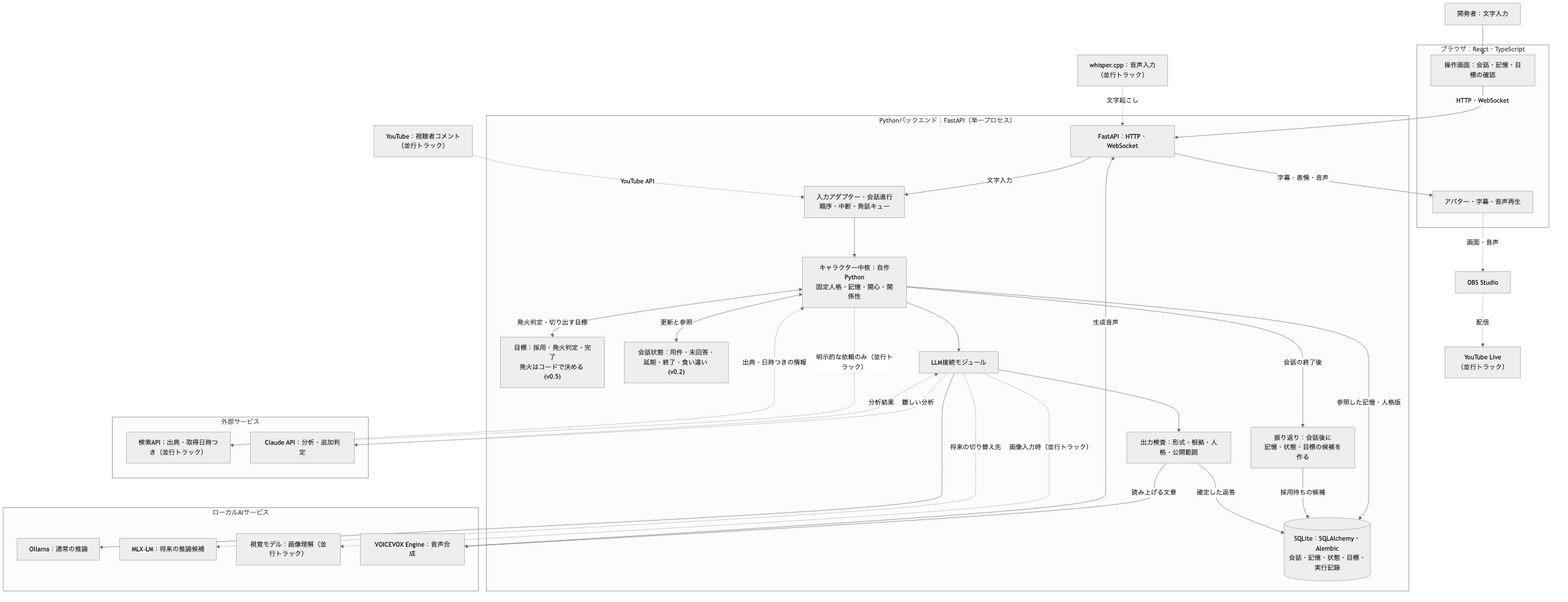
shiki-tak/YUI keeps this Mermaid diagram as images/architecture.png. Above is the earlier version. Its source is kept beside it as docs/design/architecture.mmd.
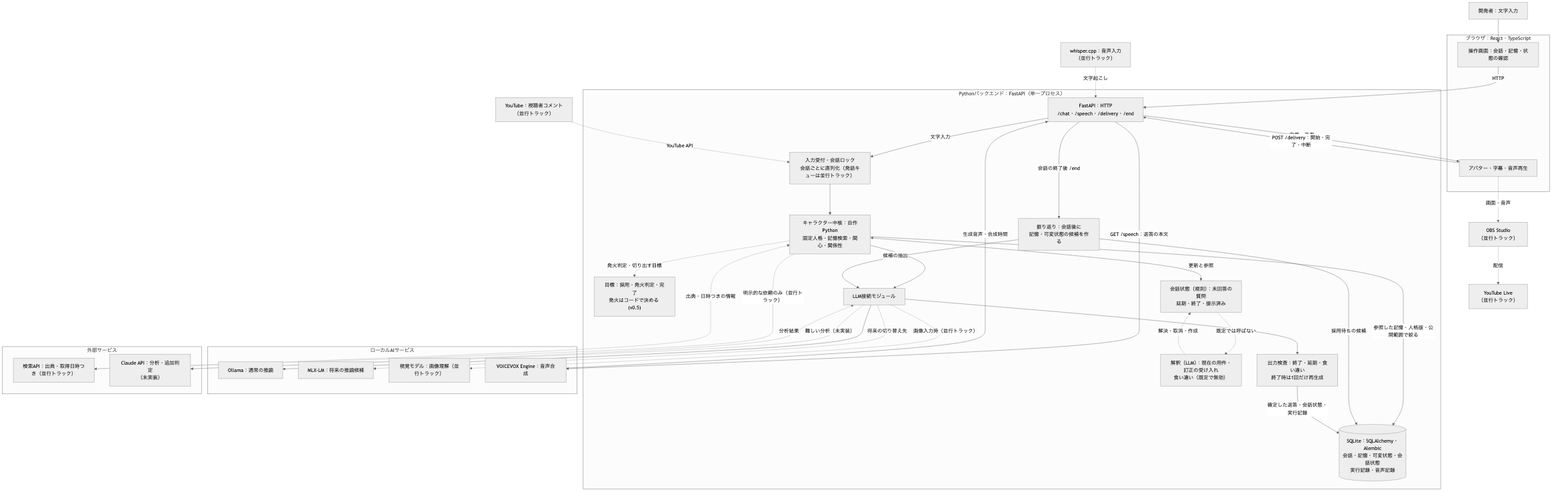
The same diagram one commit later.

Commit message:
architecture.mmdを現行実装に合わせ、issues.mdの古いフェーズ4依存課題を整理する

The edit, as a diff of the source:
```diff
@@ -6,7 +6,7 @@
     ME["開発者：文字入力"]
 
     subgraph BROWSER["ブラウザ：React・TypeScript"]
-        UI["操作画面：会話・記憶・目標の確認"]
+        UI["操作画面：会話・記憶・状態の確認"]
         AVATAR["アバター・字幕・音声再生"]
     end
 
@@ -14,15 +14,16 @@
     WHISPER["whisper.cpp：音声入力<br/>（並行トラック）"]
 
     subgraph BACKEND["Pythonバックエンド：FastAPI（単一プロセス）"]
-        API["FastAPI：HTTP・WebSocket"]
-        INPUT["入力アダプター・会話進行<br/>順序・中断・発話キュー"]
-        AGENT["キャラクター中核：自作Python<br/>固定人格・記憶・関心・関係性"]
+        API["FastAPI：HTTP<br/>/chat・/speech・/delivery・/end"]
+        INPUT["入力受付・会話ロック<br/>会話ごとに直列化（発話キューは並行トラック）"]
+        AGENT["キャラクター中核：自作Python<br/>固定人格・記憶検索・関心・関係性"]
         GOAL["目標：採用・発火判定・完了<br/>発火はコードで決める (v0.5)"]
-        CONV["会話状態：用件・未回答・延期・終了・食い違い (v0.2)"]
-        REFLECT["振り返り：会話後に<br/>記憶・状態・目標の候補を作る"]
+        CONV["会話状態（規則）：未回答の質問<br/>延期・終了・提示済み"]
+        INTERP["解釈（LLM）：現在の用件・訂正の受け入れ<br/>食い違い（既定で無効）"]
+        REFLECT["振り返り：会話後に<br/>記憶・可変状態の候補を作る"]
         LLMMOD["LLM接続モジュール"]
-        CHECK["出力検査：形式・根拠・人格・公開範囲"]
-        DB[("SQLite：SQLAlchemy・Alembic<br/>会話・記憶・状態・目標・実行記録")]
+        CHECK["出力検査：終了・延期・食い違い<br/>終了時は1回だけ再生成"]
+        DB[("SQLite：SQLAlchemy・Alembic<br/>会話・記憶・可変状態・会話状態<br/>実行記録・音声記録")]
     end
 
     subgraph LOCALAI["ローカルAIサービス"]
@@ -34,35 +35,39 @@
 
     subgraph EXTERNAL["外部サービス"]
         SEARCH["検索API：出典・取得日時つき（並行トラック）"]
-        CLAUDE["Claude API：分析・追加判定"]
+        CLAUDE["Claude API：分析・追加判定<br/>（未実装）"]
     end
 
-    OBS["OBS Studio"]
+    OBS["OBS Studio<br/>（並行トラック）"]
     YTLIVE["YouTube Live<br/>（並行トラック）"]
 
     ME --> UI
-    UI -- "HTTP・WebSocket" --> API
+    UI -- "HTTP" --> API
     API -- "文字入力" --> INPUT
     YTIN -. "YouTube API" .-> INPUT
     WHISPER -. "文字起こし" .-> API
     INPUT --> AGENT
-    AGENT <-- "発火判定・切り出す目標" --> GOAL
+    AGENT -. "発火判定・切り出す目標" .-> GOAL
     AGENT <-- "更新と参照" --> CONV
+    CONV -. "既定では呼ばない" .-> INTERP
+    INTERP -. "解決・取消・作成" .-> CONV
     AGENT --> LLMMOD
-    AGENT -- "参照した記憶・人格版" --> DB
-    AGENT -- "会話の終了後" --> REFLECT
+    AGENT -- "参照した記憶・人格版・公開範囲で絞る" --> DB
+    API -- "会話の終了後 /end" --> REFLECT
+    REFLECT -- "候補の抽出" --> LLMMOD
     REFLECT -- "採用待ちの候補" --> DB
     LLMMOD --> OLLAMA
     LLMMOD -. "将来の切り替え先" .-> MLX
     LLMMOD -. "画像入力時（並行トラック）" .-> VISION
     AGENT -. "明示的な依頼のみ（並行トラック）" .-> SEARCH
     SEARCH -. "出典・日時つきの情報" .-> AGENT
-    LLMMOD -. "難しい分析" .-> CLAUDE
+    LLMMOD -. "難しい分析（未実装）" .-> CLAUDE
     CLAUDE -. "分析結果" .-> LLMMOD
     LLMMOD --> CHECK
-    CHECK -- "確定した返答" --> DB
-    CHECK -- "読み上げる文章" --> VOICEVOX
-    VOICEVOX -- "生成音声" --> API
-    API -- "字幕・表情・音声" --> AVATAR
+    CHECK -- "確定した返答・会話状態・実行記録" --> DB
+    API -- "GET /speech：返答の本文" --> VOICEVOX
+    VOICEVOX -- "生成音声・合成時間" --> API
+    API -- "字幕・音声" --> AVATAR
+    AVATAR -- "POST /delivery：開始・完了・中断" --> API
     AVATAR -. "画面・音声" .-> OBS
     OBS -. "配信" .-> YTLIVE
```
